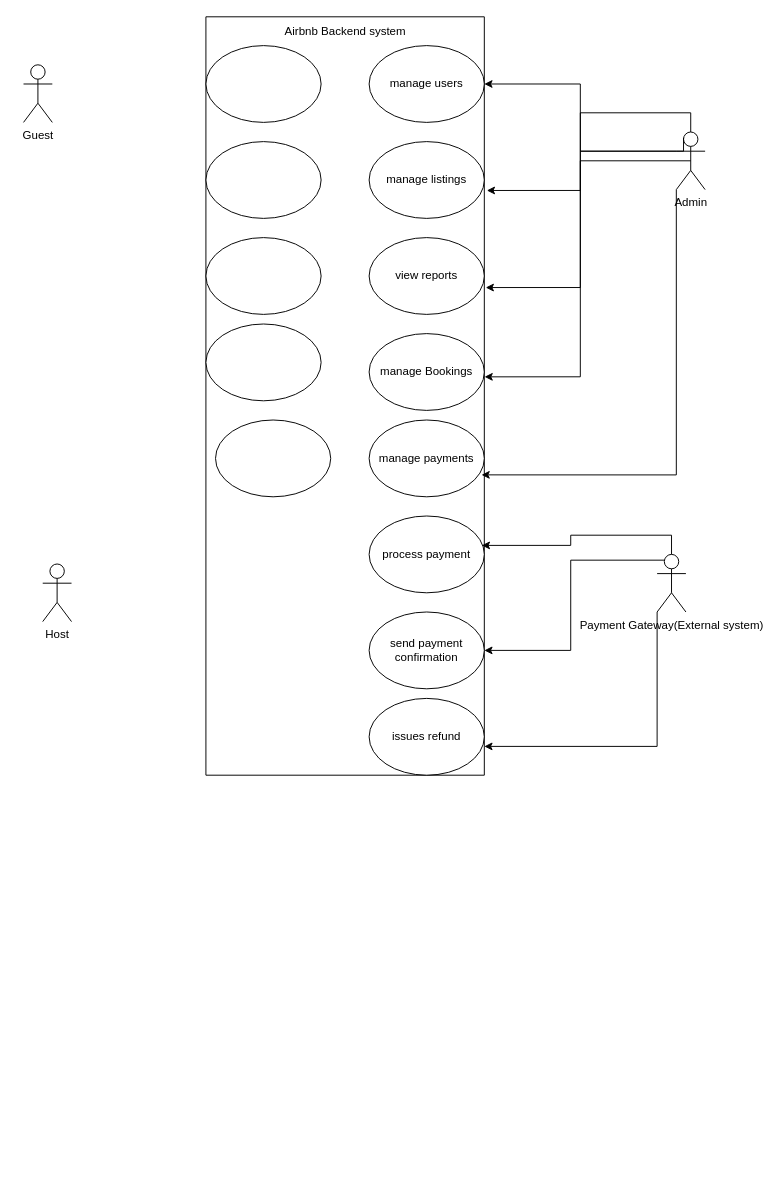
kaingi/alx-airbnb-project-documentation keeps this draw.io diagram as features-and-functionalities/airbnb-backend-use-case.drawio. Above is the earlier version. Source tidied: cells renumbered, new cells numbered last; positions are measured from the earlier drawing's top-left corner, leaving out a move shared by most shapes. Both pictures are drawn from the tidied source at 96%, with x=0, y=0 at pixel (23, 16).
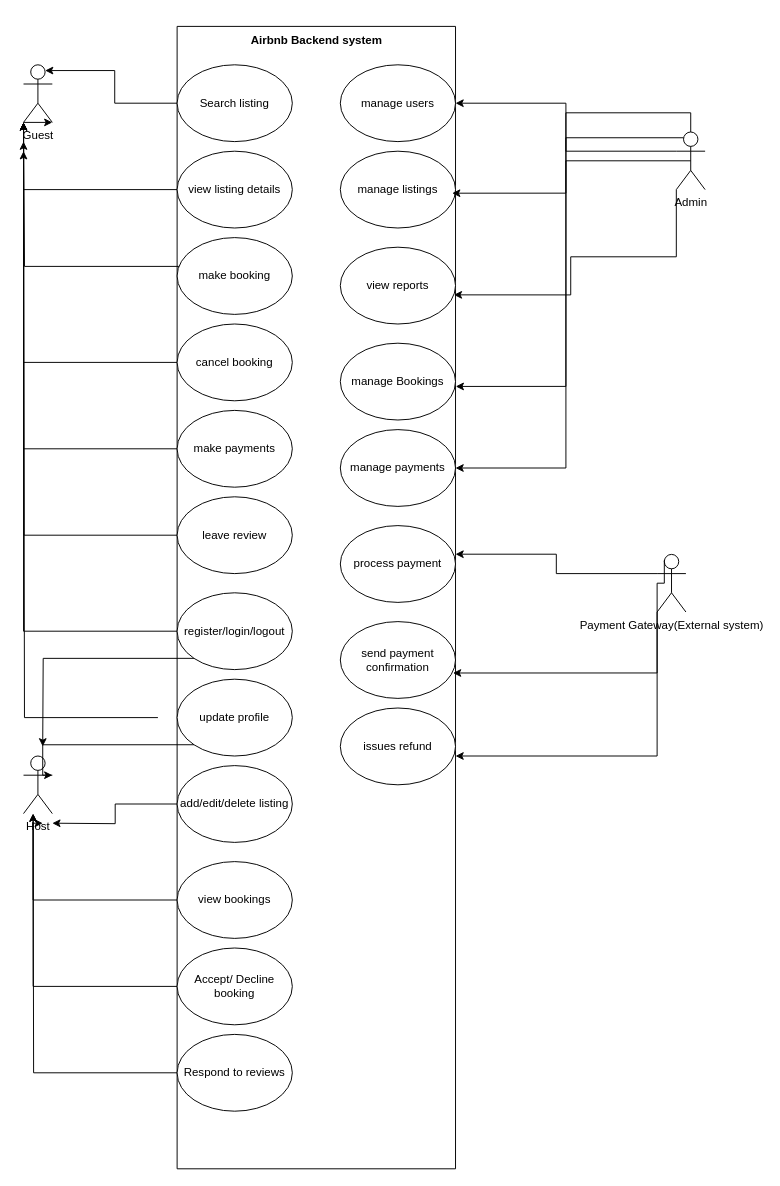
After the change.

The change refers to these unchanged cells:
```xml
<mxCell id="10" value="manage payments" style="ellipse;whiteSpace=wrap;html=1;" parent="2" vertex="1">
  <mxGeometry x="170" y="420" width="120" height="80" as="geometry" />
</mxCell>
<mxCell id="15" value="send payment confirmation" style="ellipse;whiteSpace=wrap;html=1;" parent="2" vertex="1">
  <mxGeometry x="170" y="620" width="120" height="80" as="geometry" />
</mxCell>
<mxCell id="17" value="Guest" style="shape=umlActor;verticalLabelPosition=bottom;verticalAlign=top;html=1;outlineConnect=0;" parent="1" vertex="1">
  <mxGeometry y="50" width="30" height="60" as="geometry" />
</mxCell>
<mxCell id="21" value="Admin" style="shape=umlActor;verticalLabelPosition=bottom;verticalAlign=top;html=1;outlineConnect=0;" parent="1" vertex="1">
  <mxGeometry x="680" y="120" width="30" height="60" as="geometry" />
</mxCell>
<mxCell id="26" value="Payment Gateway(External system)" style="shape=umlActor;verticalLabelPosition=bottom;verticalAlign=top;html=1;outlineConnect=0;" parent="1" vertex="1">
  <mxGeometry x="660" y="560" width="30" height="60" as="geometry" />
</mxCell>
```

The edit, as a diff of the source:
```diff
@@
     <mxCell id="2" style="swimlane;startSize=0;" parent="1" vertex="1">
-      <mxGeometry x="190" width="290" height="790" as="geometry" />
+      <mxGeometry x="160" y="10" width="290" height="1190" as="geometry" />
     </mxCell>
-    <mxCell id="3" value="Airbnb Backend system" style="text;html=1;align=center;verticalAlign=middle;strokeColor=none;fillColor=none;" parent="2" vertex="1">
-      <mxGeometry x="70" width="150" height="30" as="geometry" />
+    <mxCell id="3" value="&lt;b&gt;Airbnb Backend system&lt;/b&gt;" style="text;html=1;align=center;verticalAlign=middle;strokeColor=none;fillColor=none;" parent="2" vertex="1">
+      <mxGeometry x="65" width="160" height="30" as="geometry" />
     </mxCell>
-    <mxCell id="4" style="ellipse;whiteSpace=wrap;html=1;" parent="2" vertex="1">
-      <mxGeometry y="30" width="120" height="80" as="geometry" />
+    <mxCell id="4" value="Search listing" style="ellipse;whiteSpace=wrap;html=1;" parent="2" vertex="1">
+      <mxGeometry y="40" width="120" height="80" as="geometry" />
     </mxCell>
-    <mxCell id="5" style="ellipse;whiteSpace=wrap;html=1;" parent="2" vertex="1">
+    <mxCell id="5" value="view listing details" style="ellipse;whiteSpace=wrap;html=1;" parent="2" vertex="1">
       <mxGeometry y="130" width="120" height="80" as="geometry" />
     </mxCell>
     <mxCell id="6" value="manage users" style="ellipse;whiteSpace=wrap;html=1;" parent="2" vertex="1">
-      <mxGeometry x="170" y="30" width="120" height="80" as="geometry" />
+      <mxGeometry x="170" y="40" width="120" height="80" as="geometry" />
     </mxCell>
@@
-    <mxCell id="8" style="ellipse;whiteSpace=wrap;html=1;" parent="2" vertex="1">
-      <mxGeometry y="230" width="120" height="80" as="geometry" />
+    <mxCell id="8" value="make booking" style="ellipse;whiteSpace=wrap;html=1;" parent="2" vertex="1">
+      <mxGeometry y="220" width="120" height="80" as="geometry" />
     </mxCell>
@@
-    <mxCell id="11" style="ellipse;whiteSpace=wrap;html=1;" parent="2" vertex="1">
-      <mxGeometry y="320" width="120" height="80" as="geometry" />
+    <mxCell id="11" value="cancel booking" style="ellipse;whiteSpace=wrap;html=1;" parent="2" vertex="1">
+      <mxGeometry y="310" width="120" height="80" as="geometry" />
     </mxCell>
-    <mxCell id="12" style="ellipse;whiteSpace=wrap;html=1;" parent="2" vertex="1">
-      <mxGeometry x="10" y="420" width="120" height="80" as="geometry" />
+    <mxCell id="12" value="make payments" style="ellipse;whiteSpace=wrap;html=1;" parent="2" vertex="1">
+      <mxGeometry y="400" width="120" height="80" as="geometry" />
     </mxCell>
@@
+    <mxCell id="29" style="edgeStyle=orthogonalEdgeStyle;rounded=0;jettySize=auto;html=1;exitX=0;exitY=0.5;exitDx=0;exitDy=0;" parent="2" edge="1" source="30">
+      <mxGeometry relative="1" as="geometry">
+        <mxPoint x="-160" y="130" as="targetPoint" />
+      </mxGeometry>
+    </mxCell>
+    <mxCell id="30" value="leave review" style="ellipse;whiteSpace=wrap;html=1;" parent="2" vertex="1">
+      <mxGeometry y="490" width="120" height="80" as="geometry" />
+    </mxCell>
+    <mxCell id="31" value="update profile" style="ellipse;whiteSpace=wrap;html=1;" parent="2" vertex="1">
+      <mxGeometry y="680" width="120" height="80" as="geometry" />
+    </mxCell>
+    <mxCell id="32" style="edgeStyle=orthogonalEdgeStyle;rounded=0;jettySize=auto;html=1;exitX=0;exitY=1;exitDx=0;exitDy=0;" parent="2" edge="1" source="33">
+      <mxGeometry relative="1" as="geometry">
+        <mxPoint x="-140" y="750" as="targetPoint" />
+      </mxGeometry>
+    </mxCell>
+    <mxCell id="33" value="register/login/logout" style="ellipse;whiteSpace=wrap;html=1;" parent="2" vertex="1">
+      <mxGeometry y="590" width="120" height="80" as="geometry" />
+    </mxCell>
+    <mxCell id="34" style="edgeStyle=orthogonalEdgeStyle;rounded=0;jettySize=auto;html=1;exitX=0;exitY=0.5;exitDx=0;exitDy=0;" parent="2" edge="1" source="35">
+      <mxGeometry relative="1" as="geometry">
+        <mxPoint x="-130" y="830" as="targetPoint" />
+      </mxGeometry>
+    </mxCell>
+    <mxCell id="35" value="add/edit/delete listing" style="ellipse;whiteSpace=wrap;html=1;" parent="2" vertex="1">
+      <mxGeometry y="770" width="120" height="80" as="geometry" />
+    </mxCell>
+    <mxCell id="36" value="view bookings" style="ellipse;whiteSpace=wrap;html=1;" parent="2" vertex="1">
+      <mxGeometry y="870" width="120" height="80" as="geometry" />
+    </mxCell>
+    <mxCell id="37" value="Accept/ Decline booking" style="ellipse;whiteSpace=wrap;html=1;" parent="2" vertex="1">
+      <mxGeometry y="960" width="120" height="80" as="geometry" />
+    </mxCell>
+    <mxCell id="38" style="edgeStyle=orthogonalEdgeStyle;rounded=0;jettySize=auto;html=1;exitX=0;exitY=0.5;exitDx=0;exitDy=0;" parent="2" edge="1" source="39">
+      <mxGeometry relative="1" as="geometry">
+        <mxPoint x="-150" y="820" as="targetPoint" />
+      </mxGeometry>
+    </mxCell>
+    <mxCell id="39" value="Respond to reviews" style="ellipse;whiteSpace=wrap;html=1;" parent="2" vertex="1">
+      <mxGeometry y="1050" width="120" height="80" as="geometry" />
+    </mxCell>
@@
     <mxCell id="18" value="Host" style="shape=umlActor;verticalLabelPosition=bottom;verticalAlign=top;html=1;outlineConnect=0;" parent="1" vertex="1">
-      <mxGeometry x="20" y="570" width="30" height="60" as="geometry" />
+      <mxGeometry y="770" width="30" height="60" as="geometry" />
     </mxCell>
@@
-    <mxCell id="22" style="edgeStyle=orthogonalEdgeStyle;rounded=0;jettySize=auto;html=1;exitX=0.25;exitY=0.1;exitDx=0;exitDy=0;exitPerimeter=0;entryX=1.009;entryY=0.229;entryDx=0;entryDy=0;entryPerimeter=0;" parent="1" edge="1" source="21" target="2">
-      <mxGeometry relative="1" as="geometry">
-        <Array as="points">
-          <mxPoint x="688" y="140" />
-          <mxPoint x="580" y="140" />
-          <mxPoint x="580" y="181" />
-        </Array>
-      </mxGeometry>
-    </mxCell>
-    <mxCell id="23" style="edgeStyle=orthogonalEdgeStyle;rounded=0;jettySize=auto;html=1;exitX=0.5;exitY=0.5;exitDx=0;exitDy=0;exitPerimeter=0;entryX=1.005;entryY=0.357;entryDx=0;entryDy=0;entryPerimeter=0;" parent="1" edge="1" source="21" target="2">
-      <mxGeometry relative="1" as="geometry" />
+    <mxCell id="23" style="edgeStyle=orthogonalEdgeStyle;rounded=0;jettySize=auto;html=1;exitX=0.5;exitY=0.5;exitDx=0;exitDy=0;exitPerimeter=0;" parent="1" edge="1" source="21" target="10">
+      <mxGeometry relative="1" as="geometry">
+        <Array as="points">
+          <mxPoint x="565" y="150" />
+          <mxPoint x="565" y="470" />
+        </Array>
+      </mxGeometry>
     </mxCell>
-    <mxCell id="24" style="edgeStyle=orthogonalEdgeStyle;rounded=0;jettySize=auto;html=1;exitX=0;exitY=1;exitDx=0;exitDy=0;exitPerimeter=0;entryX=0.99;entryY=0.604;entryDx=0;entryDy=0;entryPerimeter=0;" parent="1" edge="1" source="21" target="2">
-      <mxGeometry relative="1" as="geometry" />
-    </mxCell>
-    <mxCell id="25" style="edgeStyle=orthogonalEdgeStyle;rounded=0;jettySize=auto;html=1;exitX=0.25;exitY=0.1;exitDx=0;exitDy=0;exitPerimeter=0;entryX=1;entryY=0.5;entryDx=0;entryDy=0;" parent="1" edge="1" source="26" target="15">
-      <mxGeometry relative="1" as="geometry" />
-    </mxCell>
@@
-    <mxCell id="27" style="edgeStyle=orthogonalEdgeStyle;rounded=0;jettySize=auto;html=1;exitX=0.5;exitY=0;exitDx=0;exitDy=0;exitPerimeter=0;entryX=0.991;entryY=0.697;entryDx=0;entryDy=0;entryPerimeter=0;" parent="1" edge="1" source="26" target="2">
-      <mxGeometry relative="1" as="geometry" />
-    </mxCell>
@@
+    <mxCell id="40" style="edgeStyle=orthogonalEdgeStyle;rounded=0;jettySize=auto;html=1;exitX=0;exitY=0.3333333333333333;exitDx=0;exitDy=0;exitPerimeter=0;entryX=1;entryY=0.462;entryDx=0;entryDy=0;entryPerimeter=0;" parent="1" edge="1" source="26" target="2">
+      <mxGeometry relative="1" as="geometry" />
+    </mxCell>
+    <mxCell id="41" style="edgeStyle=orthogonalEdgeStyle;rounded=0;jettySize=auto;html=1;exitX=0.25;exitY=0.1;exitDx=0;exitDy=0;exitPerimeter=0;entryX=0.991;entryY=0.566;entryDx=0;entryDy=0;entryPerimeter=0;" parent="1" edge="1" source="26" target="2">
+      <mxGeometry relative="1" as="geometry">
+        <Array as="points">
+          <mxPoint x="668" y="590" />
+          <mxPoint x="660" y="590" />
+          <mxPoint x="660" y="683" />
+        </Array>
+      </mxGeometry>
+    </mxCell>
+    <mxCell id="42" style="edgeStyle=orthogonalEdgeStyle;rounded=0;jettySize=auto;html=1;exitX=0;exitY=0.5;exitDx=0;exitDy=0;entryX=0.75;entryY=0.1;entryDx=0;entryDy=0;entryPerimeter=0;" parent="1" edge="1" source="4" target="17">
+      <mxGeometry relative="1" as="geometry" />
+    </mxCell>
+    <mxCell id="43" style="edgeStyle=orthogonalEdgeStyle;rounded=0;jettySize=auto;html=1;exitX=0;exitY=0.5;exitDx=0;exitDy=0;" parent="1" edge="1" source="5" target="17">
+      <mxGeometry relative="1" as="geometry">
+        <Array as="points">
+          <mxPoint y="180" />
+        </Array>
+      </mxGeometry>
+    </mxCell>
+    <mxCell id="44" style="edgeStyle=orthogonalEdgeStyle;rounded=0;jettySize=auto;html=1;entryX=0;entryY=1;entryDx=0;entryDy=0;entryPerimeter=0;" parent="1" edge="1" source="11" target="17">
+      <mxGeometry relative="1" as="geometry" />
+    </mxCell>
+    <mxCell id="45" style="edgeStyle=orthogonalEdgeStyle;rounded=0;jettySize=auto;html=1;exitX=0;exitY=0.5;exitDx=0;exitDy=0;" parent="1" edge="1" source="12" target="17">
+      <mxGeometry relative="1" as="geometry">
+        <Array as="points">
+          <mxPoint y="450" />
+        </Array>
+      </mxGeometry>
+    </mxCell>
+    <mxCell id="46" style="edgeStyle=orthogonalEdgeStyle;rounded=0;jettySize=auto;html=1;exitX=0;exitY=0.5;exitDx=0;exitDy=0;entryX=1;entryY=1;entryDx=0;entryDy=0;entryPerimeter=0;" parent="1" edge="1" source="33" target="17">
+      <mxGeometry relative="1" as="geometry">
+        <Array as="points">
+          <mxPoint y="640" />
+          <mxPoint y="110" />
+        </Array>
+      </mxGeometry>
+    </mxCell>
+    <mxCell id="47" style="edgeStyle=orthogonalEdgeStyle;rounded=0;jettySize=auto;html=1;exitX=0;exitY=1;exitDx=0;exitDy=0;entryX=1;entryY=0.3333333333333333;entryDx=0;entryDy=0;entryPerimeter=0;" parent="1" edge="1" source="31" target="18">
+      <mxGeometry relative="1" as="geometry">
+        <Array as="points">
+          <mxPoint x="20" y="758" />
+          <mxPoint x="20" y="790" />
+        </Array>
+      </mxGeometry>
+    </mxCell>
+    <mxCell id="48" style="edgeStyle=orthogonalEdgeStyle;rounded=0;jettySize=auto;html=1;entryX=0.667;entryY=1.167;entryDx=0;entryDy=0;entryPerimeter=0;" parent="1" edge="1" source="36" target="18">
+      <mxGeometry relative="1" as="geometry">
+        <Array as="points">
+          <mxPoint x="10" y="920" />
+          <mxPoint x="10" y="840" />
+        </Array>
+      </mxGeometry>
+    </mxCell>
+    <mxCell id="49" style="edgeStyle=orthogonalEdgeStyle;rounded=0;jettySize=auto;html=1;exitX=0;exitY=0.5;exitDx=0;exitDy=0;" parent="1" edge="1" source="37" target="18">
+      <mxGeometry relative="1" as="geometry">
+        <Array as="points">
+          <mxPoint x="10" y="1010" />
+        </Array>
+      </mxGeometry>
+    </mxCell>
+    <mxCell id="50" style="edgeStyle=orthogonalEdgeStyle;rounded=0;orthogonalLoop=1;jettySize=auto;html=1;exitX=0;exitY=0.5;exitDx=0;exitDy=0;" parent="1" edge="1">
+      <mxGeometry relative="1" as="geometry">
+        <mxPoint x="140" y="730" as="sourcePoint" />
+        <mxPoint y="130" as="targetPoint" />
+        <Array as="points">
+          <mxPoint x="1" y="730" />
+          <mxPoint x="1" y="130" />
+        </Array>
+      </mxGeometry>
+    </mxCell>
+    <mxCell id="51" style="edgeStyle=orthogonalEdgeStyle;rounded=0;jettySize=auto;html=1;" parent="1" edge="1" source="8">
+      <mxGeometry relative="1" as="geometry">
+        <mxPoint y="110" as="targetPoint" />
+        <Array as="points">
+          <mxPoint x="1" y="260" />
+          <mxPoint x="1" y="110" />
+        </Array>
+      </mxGeometry>
+    </mxCell>
+    <mxCell id="52" style="edgeStyle=orthogonalEdgeStyle;rounded=0;jettySize=auto;html=1;exitX=0.25;exitY=0.1;exitDx=0;exitDy=0;exitPerimeter=0;entryX=0.988;entryY=0.146;entryDx=0;entryDy=0;entryPerimeter=0;" parent="1" edge="1" source="21" target="2">
+      <mxGeometry relative="1" as="geometry" />
+    </mxCell>
+    <mxCell id="53" style="edgeStyle=orthogonalEdgeStyle;rounded=0;jettySize=auto;html=1;exitX=0;exitY=1;exitDx=0;exitDy=0;exitPerimeter=0;entryX=0.994;entryY=0.235;entryDx=0;entryDy=0;entryPerimeter=0;" parent="1" edge="1" source="21" target="2">
+      <mxGeometry relative="1" as="geometry">
+        <Array as="points">
+          <mxPoint x="680" y="250" />
+          <mxPoint x="570" y="250" />
+          <mxPoint x="570" y="290" />
+        </Array>
+      </mxGeometry>
+    </mxCell>
```
